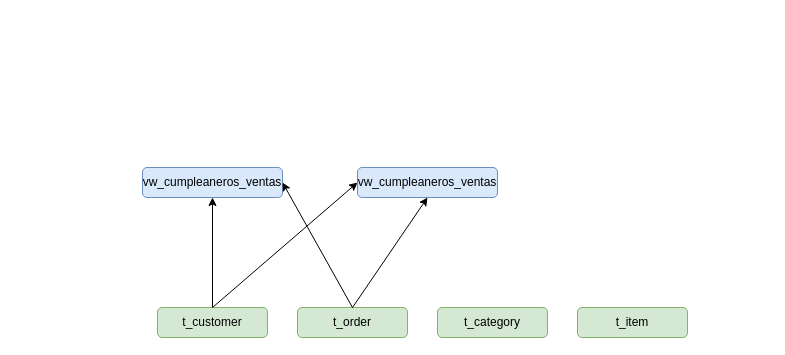
The draw.io diagram Diagrama sem nome.drawio in MelanieP20/PASSOS_MLC, before the edit. Source tidied: cells renumbered, new cells numbered last; positions are measured from the earlier drawing's top-left corner, leaving out a move shared by most shapes. Both pictures are drawn from the tidied source at 100%, with x=0, y=0 at pixel (142, 167).
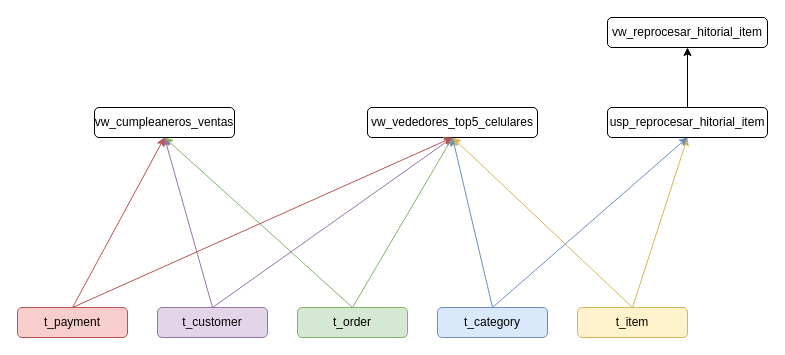
The same diagram, later.

The change refers to these unchanged cells:
```xml
<mxCell id="3" value="t_order" style="rounded=1;whiteSpace=wrap;html=1;fillColor=#d5e8d4;strokeColor=#82b366;" parent="1" vertex="1">
  <mxGeometry x="155" y="140" width="110" height="30" as="geometry" />
</mxCell>
```

Change to the diagram source:
```diff
@@
-    <mxCell id="2" value="t_category" style="rounded=1;whiteSpace=wrap;html=1;fillColor=#d5e8d4;strokeColor=#82b366;" parent="1" vertex="1">
+    <mxCell id="2" value="t_category" style="rounded=1;whiteSpace=wrap;html=1;fillColor=#dae8fc;strokeColor=#6c8ebf;" parent="1" vertex="1">
       <mxGeometry x="295" y="140" width="110" height="30" as="geometry" />
     </mxCell>
@@
-    <mxCell id="4" value="t_item" style="rounded=1;whiteSpace=wrap;html=1;fillColor=#d5e8d4;strokeColor=#82b366;" parent="1" vertex="1">
+    <mxCell id="4" value="t_item" style="rounded=1;whiteSpace=wrap;html=1;fillColor=#fff2cc;strokeColor=#d6b656;" parent="1" vertex="1">
       <mxGeometry x="435" y="140" width="110" height="30" as="geometry" />
     </mxCell>
-    <mxCell id="5" style="edgeStyle=orthogonalEdgeStyle;rounded=0;jettySize=auto;html=1;" parent="1" edge="1" source="6" target="7">
-      <mxGeometry relative="1" as="geometry" />
-    </mxCell>
-    <mxCell id="6" value="t_customer" style="rounded=1;whiteSpace=wrap;html=1;fillColor=#d5e8d4;strokeColor=#82b366;" parent="1" vertex="1">
+    <mxCell id="6" value="t_customer" style="rounded=1;whiteSpace=wrap;html=1;fillColor=#e1d5e7;strokeColor=#9673a6;" parent="1" vertex="1">
       <mxGeometry x="15" y="140" width="110" height="30" as="geometry" />
     </mxCell>
-    <mxCell id="7" value="vw_cumpleaneros_ventas" style="rounded=1;whiteSpace=wrap;html=1;fillColor=#dae8fc;strokeColor=#6c8ebf;" parent="1" vertex="1">
-      <mxGeometry width="140" height="30" as="geometry" />
+    <mxCell id="7" value="vw_cumpleaneros_ventas" style="rounded=1;whiteSpace=wrap;html=1;" parent="1" vertex="1">
+      <mxGeometry x="-48" y="-60" width="140" height="30" as="geometry" />
     </mxCell>
-    <mxCell id="8" value="vw_cumpleaneros_ventas" style="rounded=1;whiteSpace=wrap;html=1;fillColor=#dae8fc;strokeColor=#6c8ebf;" parent="1" vertex="1">
-      <mxGeometry x="215" width="140" height="30" as="geometry" />
+    <mxCell id="8" value="vw_vededores_top5_celulares" style="rounded=1;whiteSpace=wrap;html=1;" parent="1" vertex="1">
+      <mxGeometry x="225" y="-60" width="170" height="30" as="geometry" />
     </mxCell>
@@
-    <mxCell id="10" style="endArrow=classic;html=1;rounded=0;exitX=0.5;exitY=0;exitDx=0;exitDy=0;entryX=0.5;entryY=1;entryDx=0;entryDy=0;" parent="1" edge="1" source="3" target="8">
+    <mxCell id="10" style="endArrow=classic;html=1;rounded=0;exitX=0.5;exitY=0;exitDx=0;exitDy=0;entryX=0.5;entryY=1;entryDx=0;entryDy=0;fillColor=#d5e8d4;strokeColor=#82b366;" parent="1" edge="1" source="3" target="8">
       <mxGeometry relative="1" as="geometry" />
     </mxCell>
-    <mxCell id="11" style="endArrow=classic;html=1;rounded=0;entryX=1;entryY=0.5;entryDx=0;entryDy=0;" parent="1" edge="1" target="7">
+    <mxCell id="11" style="endArrow=classic;html=1;rounded=0;entryX=0.5;entryY=1;entryDx=0;entryDy=0;fillColor=#d5e8d4;strokeColor=#82b366;" parent="1" edge="1" target="7">
       <mxGeometry relative="1" as="geometry">
         <mxPoint x="210" y="140" as="sourcePoint" />
       </mxGeometry>
     </mxCell>
-    <mxCell id="12" style="endArrow=classic;html=1;rounded=0;entryX=0;entryY=0.5;entryDx=0;entryDy=0;exitX=0.5;exitY=0;exitDx=0;exitDy=0;" parent="1" edge="1" source="6" target="8">
+    <mxCell id="12" style="endArrow=classic;html=1;rounded=0;entryX=0.5;entryY=1;entryDx=0;entryDy=0;exitX=0.5;exitY=0;exitDx=0;exitDy=0;fillColor=#e1d5e7;strokeColor=#9673a6;" parent="1" edge="1" source="6" target="8">
       <mxGeometry relative="1" as="geometry" />
     </mxCell>
+    <mxCell id="5" style="endArrow=classic;html=1;rounded=0;entryX=0.5;entryY=1;entryDx=0;entryDy=0;exitX=0.5;exitY=0;exitDx=0;exitDy=0;fillColor=#e1d5e7;strokeColor=#9673a6;" parent="1" edge="1" source="6" target="7">
+      <mxGeometry relative="1" as="geometry" />
+    </mxCell>
+    <mxCell id="13" style="endArrow=classic;html=1;rounded=0;exitX=0.5;exitY=0;exitDx=0;exitDy=0;entryX=0.5;entryY=1;entryDx=0;entryDy=0;fillColor=#dae8fc;strokeColor=#6c8ebf;" parent="1" edge="1" source="2" target="8">
+      <mxGeometry relative="1" as="geometry" />
+    </mxCell>
+    <mxCell id="14" value="vw_reprocesar_hitorial_item" style="rounded=1;whiteSpace=wrap;html=1;" parent="1" vertex="1">
+      <mxGeometry x="465" y="-150" width="160" height="30" as="geometry" />
+    </mxCell>
+    <mxCell id="15" style="endArrow=classic;html=1;rounded=0;exitX=0.5;exitY=0;exitDx=0;exitDy=0;entryX=0.5;entryY=1;entryDx=0;entryDy=0;fillColor=#fff2cc;strokeColor=#d6b656;" parent="1" edge="1" source="4" target="8">
+      <mxGeometry relative="1" as="geometry" />
+    </mxCell>
+    <mxCell id="16" style="edgeStyle=orthogonalEdgeStyle;rounded=0;jettySize=auto;html=1;" parent="1" edge="1" source="17" target="14">
+      <mxGeometry relative="1" as="geometry" />
+    </mxCell>
+    <mxCell id="17" value="usp_reprocesar_hitorial_item" style="rounded=1;whiteSpace=wrap;html=1;" parent="1" vertex="1">
+      <mxGeometry x="465" y="-60" width="160" height="30" as="geometry" />
+    </mxCell>
+    <mxCell id="18" style="endArrow=classic;html=1;rounded=0;exitX=0.5;exitY=0;exitDx=0;exitDy=0;entryX=0.5;entryY=1;entryDx=0;entryDy=0;fillColor=#fff2cc;strokeColor=#d6b656;" parent="1" edge="1" source="4" target="17">
+      <mxGeometry relative="1" as="geometry" />
+    </mxCell>
+    <mxCell id="19" style="endArrow=classic;html=1;rounded=0;exitX=0.5;exitY=0;exitDx=0;exitDy=0;entryX=0.5;entryY=1;entryDx=0;entryDy=0;fillColor=#dae8fc;strokeColor=#6c8ebf;" parent="1" edge="1" source="2" target="17">
+      <mxGeometry relative="1" as="geometry" />
+    </mxCell>
+    <mxCell id="20" value="t_payment" style="rounded=1;whiteSpace=wrap;html=1;fillColor=#f8cecc;strokeColor=#b85450;" parent="1" vertex="1">
+      <mxGeometry x="-125" y="140" width="110" height="30" as="geometry" />
+    </mxCell>
+    <mxCell id="21" style="endArrow=classic;html=1;rounded=0;exitX=0.5;exitY=0;exitDx=0;exitDy=0;entryX=0.5;entryY=1;entryDx=0;entryDy=0;fillColor=#f8cecc;strokeColor=#b85450;" parent="1" edge="1" source="20" target="7">
+      <mxGeometry relative="1" as="geometry" />
+    </mxCell>
+    <mxCell id="22" style="endArrow=classic;html=1;rounded=0;exitX=0.5;exitY=0;exitDx=0;exitDy=0;entryX=0.5;entryY=1;entryDx=0;entryDy=0;fillColor=#f8cecc;strokeColor=#b85450;" parent="1" edge="1" source="20" target="8">
+      <mxGeometry relative="1" as="geometry" />
+    </mxCell>
```
